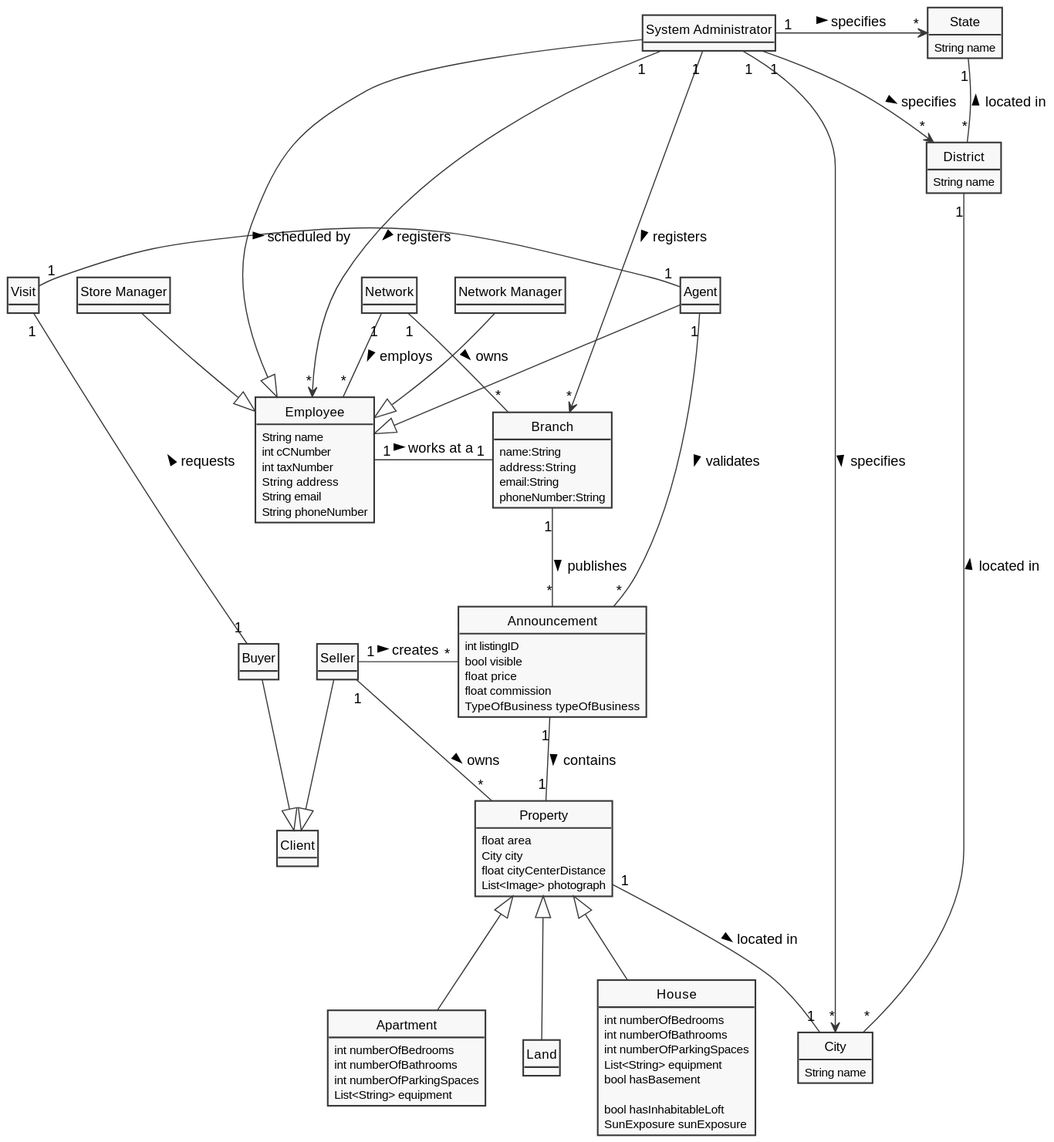
This is docs/sprintC/global-artifacts/02.analysis/svg/project-domain-model.svg from tiagohcorreia/LAPR2, a PlantUML export, as it was before one commit.
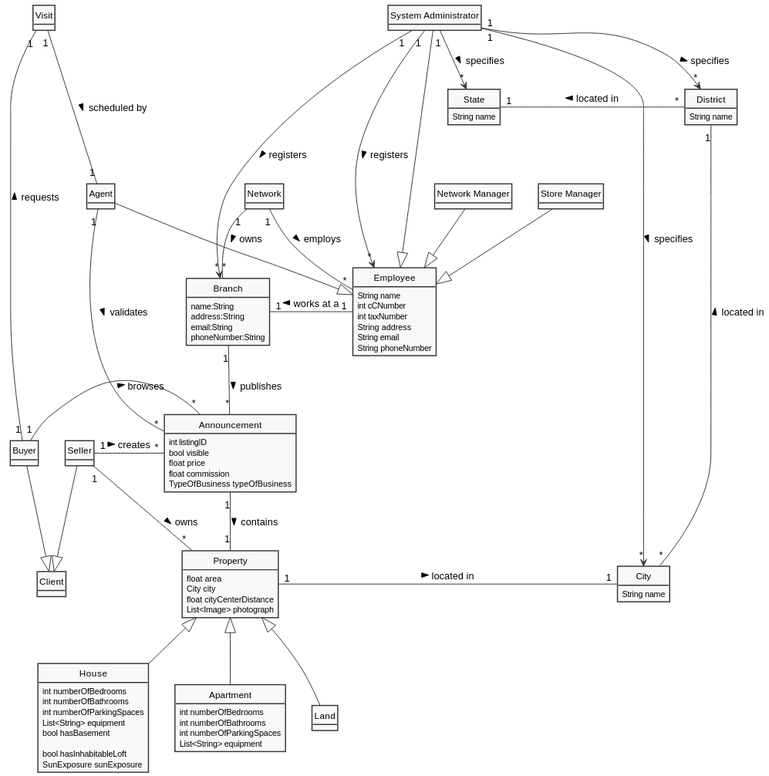
After the commit.

Commit message:
Global artifacts - Updated Domain Model

Diff of the diagram source:
```diff
@@ -33,7 +33,7 @@
 "System Administrator" "1" ---> "*" Branch: registers >
 
 
-"System Administrator" "1" -> "*" State: specifies >
+"System Administrator" "1" --> "*" State: specifies >
 "System Administrator" "1" -> "*" District: specifies >
 "System Administrator" "1" -> "*" City: specifies >
 
@@ -47,12 +47,13 @@
 Seller "1" - "*" Announcement: creates >
 Agent "1" - "*" Announcement: validates >
 Visit "1" - "1" Buyer: requests <
-Visit "1" - "1" Agent: scheduled by >
+Buyer "1" - "*" Announcement: browses >
+Visit "1" --- "1" Agent: scheduled by >
 
 together {
-Property "1" -- "1" City: located in >
-District "1" -- "*" City: located in <
-State "1" -- "*" District: located in <
+Property "1" - "1" City: located in >
+District "1" - "*" City: located in <
+State "1" - "*" District: located in <
 }
 
 
```
